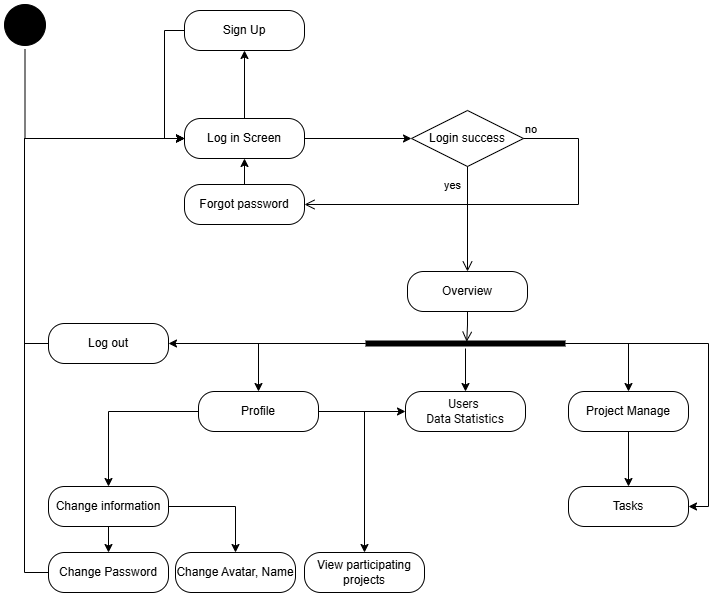
Earlier version of the draw.io export UML/[ProTasker] Activity Diagram.png (DarkJyn/ProTasker). Source tidied: cells renumbered, new cells last; positions are measured from the earlier drawing's top-left corner, leaving out a move shared by most shapes.
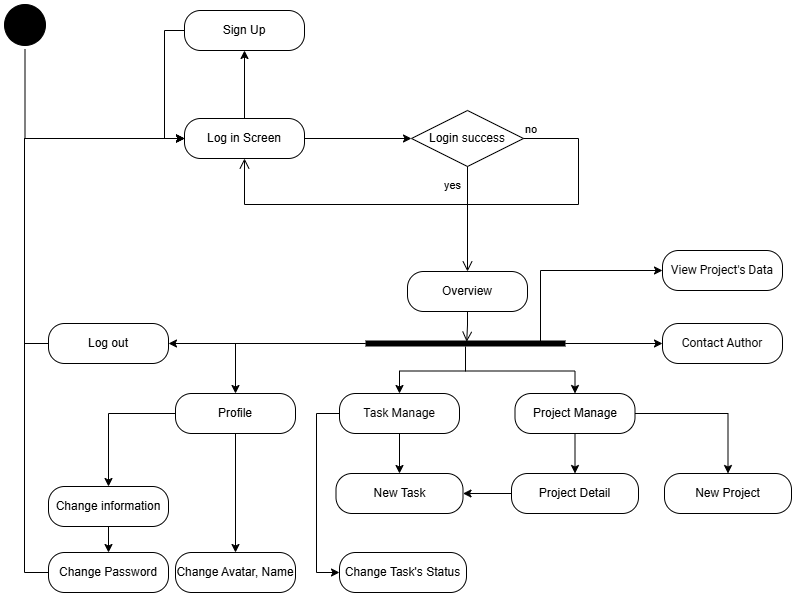
The same file after the commit.

Commit message:
Updat UML

Diff of the diagram source:
```diff
@@ -24,11 +24,12 @@
     <mxCell id="7" value="Login success" style="rhombus;whiteSpace=wrap;html=1;fontColor=#000000;fillColor=light-dark(#ffffff, #1a1a00);strokeColor=light-dark(#000000, #ff9090);" parent="1" vertex="1">
       <mxGeometry x="411" y="110" width="112" height="56" as="geometry" />
     </mxCell>
-    <mxCell id="8" value="no" style="edgeStyle=orthogonalEdgeStyle;html=1;align=left;verticalAlign=bottom;endArrow=open;endSize=8;strokeColor=light-dark(#000000, #ff9090);rounded=0;entryX=1;entryY=0.5;entryDx=0;entryDy=0;" parent="1" edge="1" source="7" target="13">
+    <mxCell id="8" value="no" style="edgeStyle=orthogonalEdgeStyle;html=1;align=left;verticalAlign=bottom;endArrow=open;endSize=8;strokeColor=light-dark(#000000, #ff9090);rounded=0;entryX=0.5;entryY=1;entryDx=0;entryDy=0;" parent="1" edge="1" source="7" target="6">
       <mxGeometry x="-1" relative="1" as="geometry">
         <Array as="points">
           <mxPoint x="578" y="138" />
           <mxPoint x="578" y="204" />
+          <mxPoint x="244" y="204" />
         </Array>
       </mxGeometry>
     </mxCell>
@@ -46,12 +47,6 @@
     <mxCell id="11" value="Sign Up" style="rounded=1;whiteSpace=wrap;html=1;arcSize=40;fontColor=#000000;fillColor=light-dark(#ffffff, #1a1a00);strokeColor=light-dark(#000000, #ff9090);" parent="1" vertex="1">
       <mxGeometry x="184" y="10" width="120" height="40" as="geometry" />
     </mxCell>
-    <mxCell id="12" style="edgeStyle=orthogonalEdgeStyle;rounded=0;jettySize=auto;html=1;entryX=0.5;entryY=1;entryDx=0;entryDy=0;" parent="1" edge="1" source="13" target="6">
-      <mxGeometry relative="1" as="geometry" />
-    </mxCell>
-    <mxCell id="13" value="Forgot password" style="rounded=1;whiteSpace=wrap;html=1;arcSize=40;fontColor=#000000;fillColor=light-dark(#ffffff, #1a1a00);strokeColor=light-dark(#000000, #ff9090);" parent="1" vertex="1">
-      <mxGeometry x="184" y="184" width="120" height="40" as="geometry" />
-    </mxCell>
     <mxCell id="14" value="Overview" style="rounded=1;whiteSpace=wrap;html=1;arcSize=40;fontColor=#000000;fillColor=light-dark(#ffffff, #1a1a00);strokeColor=light-dark(#000000, #ff9090);" parent="1" vertex="1">
       <mxGeometry x="407" y="271" width="120" height="40" as="geometry" />
     </mxCell>
@@ -67,39 +62,40 @@
     <mxCell id="18" style="edgeStyle=orthogonalEdgeStyle;rounded=0;jettySize=auto;html=1;" parent="1" edge="1" source="21" target="30">
       <mxGeometry relative="1" as="geometry" />
     </mxCell>
-    <mxCell id="19" style="edgeStyle=orthogonalEdgeStyle;rounded=0;jettySize=auto;html=1;entryX=0.5;entryY=0;entryDx=0;entryDy=0;" parent="1" edge="1" source="21" target="34">
+    <mxCell id="19" style="edgeStyle=orthogonalEdgeStyle;rounded=0;jettySize=auto;html=1;entryX=0.5;entryY=0;entryDx=0;entryDy=0;exitX=0.5;exitY=0.8;exitDx=0;exitDy=0;exitPerimeter=0;" parent="1" edge="1" source="21" target="34">
       <mxGeometry relative="1" as="geometry" />
     </mxCell>
-    <mxCell id="20" style="edgeStyle=orthogonalEdgeStyle;rounded=0;jettySize=auto;html=1;entryX=1;entryY=0.5;entryDx=0;entryDy=0;" parent="1" edge="1" source="21" target="24">
-      <mxGeometry relative="1" as="geometry" />
-    </mxCell>
+    <mxCell id="39" style="edgeStyle=orthogonalEdgeStyle;rounded=0;jettySize=auto;html=1;entryX=0;entryY=0.5;entryDx=0;entryDy=0;" parent="1" edge="1" source="21" target="51">
+      <mxGeometry relative="1" as="geometry" />
+    </mxCell>
+    <mxCell id="40" style="edgeStyle=orthogonalEdgeStyle;rounded=0;jettySize=auto;html=1;exitX=1;exitY=0.5;exitDx=0;exitDy=0;exitPerimeter=0;entryX=0;entryY=0.5;entryDx=0;entryDy=0;" parent="1" edge="1" source="21" target="52">
+      <mxGeometry relative="1" as="geometry">
+        <Array as="points">
+          <mxPoint x="540" y="343" />
+          <mxPoint x="540" y="270" />
+        </Array>
+      </mxGeometry>
+    </mxCell>
     <mxCell id="21" style="shape=line;html=1;strokeWidth=6;strokeColor=light-dark(#000000, #ff9090);" parent="1" vertex="1">
       <mxGeometry x="365" y="338" width="200" height="10" as="geometry" />
     </mxCell>
-    <mxCell id="22" style="edgeStyle=orthogonalEdgeStyle;rounded=0;jettySize=auto;html=1;entryX=0.5;entryY=0;entryDx=0;entryDy=0;" parent="1" edge="1" source="23" target="24">
-      <mxGeometry relative="1" as="geometry" />
-    </mxCell>
+    <mxCell id="41" style="edgeStyle=orthogonalEdgeStyle;rounded=0;jettySize=auto;html=1;entryX=0.5;entryY=0;entryDx=0;entryDy=0;" parent="1" edge="1" source="23" target="48">
+      <mxGeometry relative="1" as="geometry" />
+    </mxCell>
+    <mxCell id="42" style="edgeStyle=orthogonalEdgeStyle;rounded=0;jettySize=auto;html=1;entryX=0.5;entryY=0;entryDx=0;entryDy=0;" parent="1" edge="1" source="23" target="50">
+      <mxGeometry relative="1" as="geometry" />
+    </mxCell>
     <mxCell id="23" value="Project Manage" style="rounded=1;whiteSpace=wrap;html=1;arcSize=40;fontColor=#000000;fillColor=light-dark(#ffffff, #1a1a00);strokeColor=light-dark(#000000, #ff9090);" parent="1" vertex="1">
-      <mxGeometry x="568" y="391" width="120" height="40" as="geometry" />
+      <mxGeometry x="514.5" y="393" width="120" height="40" as="geometry" />
     </mxCell>
-    <mxCell id="24" value="Tasks" style="rounded=1;whiteSpace=wrap;html=1;arcSize=40;fontColor=#000000;fillColor=light-dark(#ffffff, #1a1a00);strokeColor=light-dark(#000000, #ff9090);" parent="1" vertex="1">
-      <mxGeometry x="568" y="486" width="120" height="40" as="geometry" />
-    </mxCell>
     <mxCell id="25" style="edgeStyle=orthogonalEdgeStyle;rounded=0;jettySize=auto;html=1;entryX=0.5;entryY=0;entryDx=0;entryDy=0;" parent="1" edge="1" source="28" target="33">
       <mxGeometry relative="1" as="geometry" />
     </mxCell>
-    <mxCell id="26" style="edgeStyle=orthogonalEdgeStyle;rounded=0;jettySize=auto;html=1;entryX=0;entryY=0.5;entryDx=0;entryDy=0;" parent="1" edge="1" source="28" target="34">
-      <mxGeometry relative="1" as="geometry" />
-    </mxCell>
-    <mxCell id="27" style="edgeStyle=orthogonalEdgeStyle;rounded=0;jettySize=auto;html=1;entryX=0.5;entryY=0;entryDx=0;entryDy=0;" parent="1" edge="1" source="28" target="38">
-      <mxGeometry relative="1" as="geometry">
-        <Array as="points">
-          <mxPoint x="364" y="411" />
-        </Array>
-      </mxGeometry>
-    </mxCell>
+    <mxCell id="43" style="edgeStyle=orthogonalEdgeStyle;rounded=0;jettySize=auto;html=1;entryX=0.5;entryY=0;entryDx=0;entryDy=0;" parent="1" edge="1" source="28" target="37">
+      <mxGeometry relative="1" as="geometry" />
+    </mxCell>
     <mxCell id="28" value="Profile" style="rounded=1;whiteSpace=wrap;html=1;arcSize=40;fontColor=#000000;fillColor=light-dark(#ffffff, #1a1a00);strokeColor=light-dark(#000000, #ff9090);" parent="1" vertex="1">
-      <mxGeometry x="198" y="391" width="120" height="40" as="geometry" />
+      <mxGeometry x="175" y="393" width="120" height="40" as="geometry" />
     </mxCell>
     <mxCell id="29" style="edgeStyle=orthogonalEdgeStyle;rounded=0;jettySize=auto;html=1;entryX=0;entryY=0.5;entryDx=0;entryDy=0;exitX=0;exitY=0.5;exitDx=0;exitDy=0;" parent="1" edge="1" source="30" target="6">
       <mxGeometry relative="1" as="geometry">
@@ -115,14 +111,22 @@
     <mxCell id="31" style="edgeStyle=orthogonalEdgeStyle;rounded=0;jettySize=auto;html=1;entryX=0.5;entryY=0;entryDx=0;entryDy=0;" parent="1" edge="1" source="33" target="36">
       <mxGeometry relative="1" as="geometry" />
     </mxCell>
-    <mxCell id="32" style="edgeStyle=orthogonalEdgeStyle;rounded=0;jettySize=auto;html=1;entryX=0.5;entryY=0;entryDx=0;entryDy=0;" parent="1" edge="1" source="33" target="37">
-      <mxGeometry relative="1" as="geometry" />
-    </mxCell>
     <mxCell id="33" value="Change information" style="rounded=1;whiteSpace=wrap;html=1;arcSize=40;fontColor=#000000;fillColor=light-dark(#ffffff, #1a1a00);strokeColor=light-dark(#000000, #ff9090);" parent="1" vertex="1">
       <mxGeometry x="48" y="486" width="120" height="40" as="geometry" />
     </mxCell>
+    <mxCell id="44" style="edgeStyle=orthogonalEdgeStyle;rounded=0;jettySize=auto;html=1;entryX=0.5;entryY=0;entryDx=0;entryDy=0;" parent="1" edge="1" source="34" target="49">
+      <mxGeometry relative="1" as="geometry" />
+    </mxCell>
+    <mxCell id="45" style="edgeStyle=orthogonalEdgeStyle;rounded=0;jettySize=auto;html=1;entryX=0;entryY=0.5;entryDx=0;entryDy=0;" parent="1" edge="1" source="34" target="46">
+      <mxGeometry relative="1" as="geometry">
+        <Array as="points">
+          <mxPoint x="316" y="413" />
+          <mxPoint x="316" y="572" />
+        </Array>
+      </mxGeometry>
+    </mxCell>
-    <mxCell id="34" value="&lt;span style=&quot;font-family: Roboto, sans-serif; text-align: start; white-space-collapse: preserve;&quot;&gt;Users &lt;/span&gt;&lt;div&gt;&lt;span style=&quot;font-family: Roboto, sans-serif; text-align: start; white-space-collapse: preserve;&quot;&gt;Data Statistics&lt;/span&gt;&lt;/div&gt;" style="rounded=1;whiteSpace=wrap;html=1;arcSize=40;fontColor=#000000;fillColor=light-dark(#ffffff, #1a1a00);strokeColor=light-dark(#000000, #ff9090);fontSize=12;labelBackgroundColor=none;" parent="1" vertex="1">
-      <mxGeometry x="405" y="391" width="120" height="40" as="geometry" />
+    <mxCell id="34" value="&lt;div style=&quot;text-align: start;&quot;&gt;&lt;span style=&quot;background-color: transparent; color: light-dark(rgb(0, 0, 0), rgb(237, 237, 237)); white-space-collapse: preserve;&quot;&gt;&lt;font face=&quot;Roboto, sans-serif&quot;&gt;Task Manage&lt;/font&gt;&lt;/span&gt;&lt;/div&gt;" style="rounded=1;whiteSpace=wrap;html=1;arcSize=40;fontColor=#000000;fillColor=light-dark(#ffffff, #1a1a00);strokeColor=light-dark(#000000, #ff9090);fontSize=12;labelBackgroundColor=none;" parent="1" vertex="1">
+      <mxGeometry x="339" y="393" width="120" height="40" as="geometry" />
     </mxCell>
     <mxCell id="35" style="edgeStyle=orthogonalEdgeStyle;rounded=0;jettySize=auto;html=1;" parent="1" edge="1" source="36" target="6">
       <mxGeometry relative="1" as="geometry">
@@ -138,8 +142,26 @@
     <mxCell id="37" value="Change Avatar, Name" style="rounded=1;whiteSpace=wrap;html=1;arcSize=40;fontColor=#000000;fillColor=light-dark(#ffffff, #1a1a00);strokeColor=light-dark(#000000, #ff9090);" parent="1" vertex="1">
       <mxGeometry x="175" y="552" width="120" height="40" as="geometry" />
     </mxCell>
-    <mxCell id="38" value="View participating projects" style="rounded=1;whiteSpace=wrap;html=1;arcSize=40;fontColor=#000000;fillColor=light-dark(#ffffff, #1a1a00);strokeColor=light-dark(#000000, #ff9090);" parent="1" vertex="1">
-      <mxGeometry x="304" y="552" width="120" height="40" as="geometry" />
-    </mxCell>
+    <mxCell id="46" value="Change Task's Status" style="rounded=1;whiteSpace=wrap;html=1;arcSize=40;fontColor=#000000;fillColor=light-dark(#ffffff, #1a1a00);strokeColor=light-dark(#000000, #ff9090);" parent="1" vertex="1">
+      <mxGeometry x="339" y="552" width="127" height="40" as="geometry" />
+    </mxCell>
+    <mxCell id="47" style="edgeStyle=orthogonalEdgeStyle;rounded=0;jettySize=auto;html=1;entryX=1;entryY=0.5;entryDx=0;entryDy=0;" parent="1" edge="1" source="48" target="49">
+      <mxGeometry relative="1" as="geometry" />
+    </mxCell>
+    <mxCell id="48" value="Project Detail" style="rounded=1;whiteSpace=wrap;html=1;arcSize=40;fontColor=#000000;fillColor=light-dark(#ffffff, #1a1a00);strokeColor=light-dark(#000000, #ff9090);" parent="1" vertex="1">
+      <mxGeometry x="511" y="473" width="127" height="40" as="geometry" />
+    </mxCell>
+    <mxCell id="49" value="New Task" style="rounded=1;whiteSpace=wrap;html=1;arcSize=40;fontColor=#000000;fillColor=light-dark(#ffffff, #1a1a00);strokeColor=light-dark(#000000, #ff9090);" parent="1" vertex="1">
+      <mxGeometry x="335.5" y="473" width="127" height="40" as="geometry" />
+    </mxCell>
+    <mxCell id="50" value="New Project" style="rounded=1;whiteSpace=wrap;html=1;arcSize=40;fontColor=#000000;fillColor=light-dark(#ffffff, #1a1a00);strokeColor=light-dark(#000000, #ff9090);" parent="1" vertex="1">
+      <mxGeometry x="664" y="473" width="127" height="40" as="geometry" />
+    </mxCell>
+    <mxCell id="51" value="&lt;div style=&quot;text-align: start;&quot;&gt;&lt;span style=&quot;background-color: transparent; color: light-dark(rgb(0, 0, 0), rgb(237, 237, 237)); white-space-collapse: preserve;&quot;&gt;&lt;font face=&quot;Roboto, sans-serif&quot;&gt;Contact Author&lt;/font&gt;&lt;/span&gt;&lt;/div&gt;" style="rounded=1;whiteSpace=wrap;html=1;arcSize=40;fontColor=#000000;fillColor=light-dark(#ffffff, #1a1a00);strokeColor=light-dark(#000000, #ff9090);fontSize=12;labelBackgroundColor=none;" parent="1" vertex="1">
+      <mxGeometry x="662" y="323" width="120" height="40" as="geometry" />
+    </mxCell>
+    <mxCell id="52" value="&lt;div style=&quot;text-align: start;&quot;&gt;&lt;span style=&quot;background-color: transparent; color: light-dark(rgb(0, 0, 0), rgb(237, 237, 237)); white-space-collapse: preserve;&quot;&gt;&lt;font face=&quot;Roboto, sans-serif&quot;&gt;View Project's Data&lt;/font&gt;&lt;/span&gt;&lt;/div&gt;" style="rounded=1;whiteSpace=wrap;html=1;arcSize=40;fontColor=#000000;fillColor=light-dark(#ffffff, #1a1a00);strokeColor=light-dark(#000000, #ff9090);fontSize=12;labelBackgroundColor=none;" parent="1" vertex="1">
+      <mxGeometry x="662" y="250" width="120" height="40" as="geometry" />
+    </mxCell>
   </root>
 </mxGraphModel>
```
